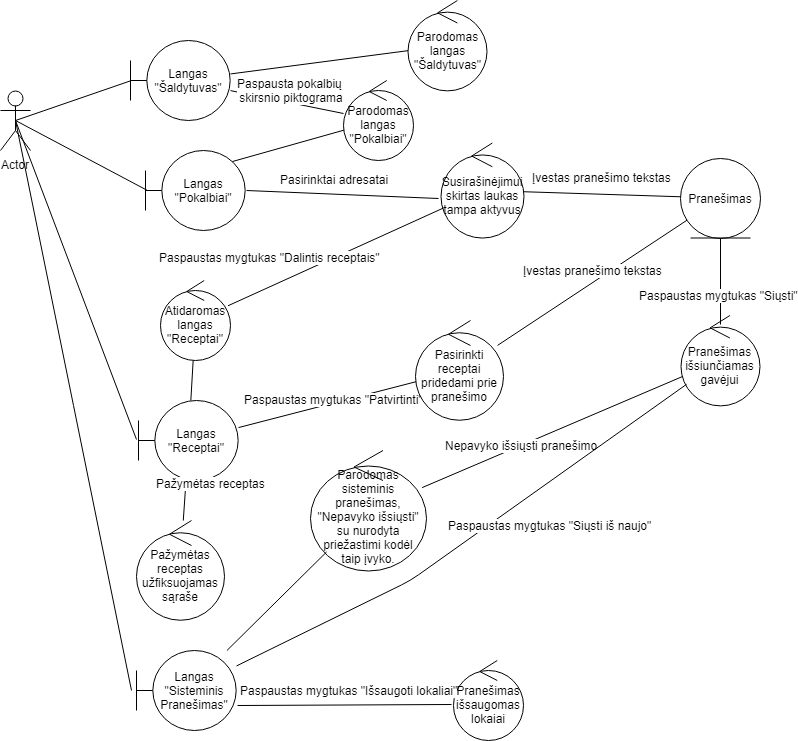
Before: Nuotraukos/RD-bendravimas-pranešimais.png, a diagram exported from draw.io (Tristanas/PSI2-Food-Bee-Inc). Source tidied: cells renumbered, new cells last; positions are measured from the earlier drawing's top-left corner, leaving out a move shared by most shapes.
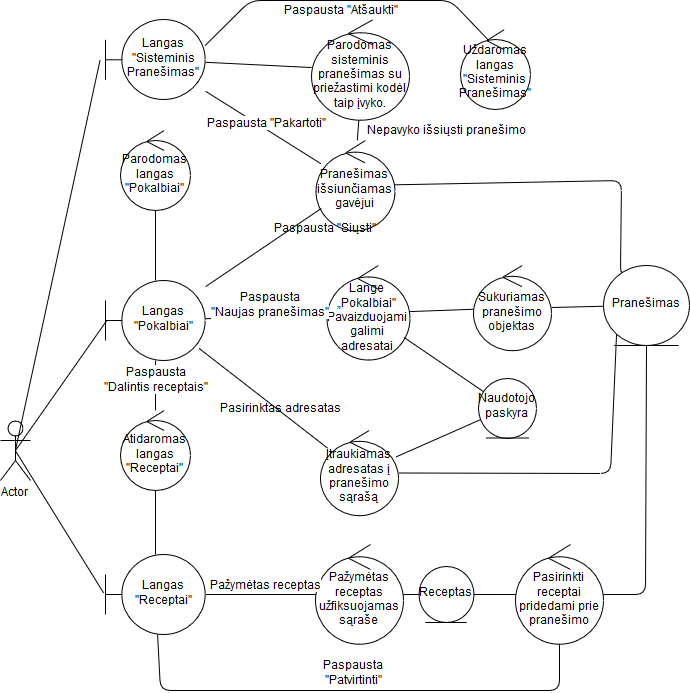
Above is the later version.

The edit, as a diff of the source:
```diff
@@ -3,67 +3,45 @@
     <mxCell id="0" />
     <mxCell id="1" parent="0" />
     <mxCell id="2" value="Actor" style="shape=umlActor;verticalLabelPosition=bottom;labelBackgroundColor=#ffffff;verticalAlign=top;html=1;outlineConnect=0;" parent="1" vertex="1">
-      <mxGeometry y="90" width="30" height="60" as="geometry" />
+      <mxGeometry x="40" y="240" width="30" height="60" as="geometry" />
     </mxCell>
-    <mxCell id="3" value="Langas &quot;Šaldytuvas&quot;" style="shape=umlBoundary;whiteSpace=wrap;html=1;" parent="1" vertex="1">
-      <mxGeometry x="130" y="40" width="100" height="80" as="geometry" />
-    </mxCell>
-    <mxCell id="4" style="endArrow=none;html=1;exitX=0.5;exitY=0.5;exitDx=0;exitDy=0;exitPerimeter=0;entryX=0.012;entryY=0.497;entryDx=0;entryDy=0;entryPerimeter=0;" parent="1" edge="1" source="2" target="3">
-      <mxGeometry relative="1" as="geometry" />
-    </mxCell>
     <mxCell id="5" value="Parodomas langas &quot;Pokalbiai&quot;" style="ellipse;shape=umlControl;whiteSpace=wrap;html=1;" parent="1" vertex="1">
-      <mxGeometry x="342.5" y="80" width="70" height="80" as="geometry" />
+      <mxGeometry x="160" y="-50" width="70" height="80" as="geometry" />
     </mxCell>
-    <mxCell id="6" style="endArrow=none;html=1;" parent="1" edge="1" source="3" target="5">
-      <mxGeometry relative="1" as="geometry" />
-    </mxCell>
-    <mxCell id="7" value="Paspausta pokalbių &lt;br&gt;skirsnio piktograma" style="text;html=1;align=center;verticalAlign=middle;labelBackgroundColor=#ffffff;" parent="6" vertex="1">
-      <mxGeometry x="-0.24" y="-3" relative="1" as="geometry">
-        <mxPoint x="17.5" y="-12" as="offset" />
-      </mxGeometry>
-    </mxCell>
     <mxCell id="8" value="Langas &quot;Pokalbiai&quot;" style="shape=umlBoundary;whiteSpace=wrap;html=1;" parent="1" vertex="1">
-      <mxGeometry x="145" y="150" width="100" height="80" as="geometry" />
+      <mxGeometry x="145" y="100" width="100" height="80" as="geometry" />
     </mxCell>
-    <mxCell id="9" style="endArrow=none;html=1;exitX=0.87;exitY=0.138;exitDx=0;exitDy=0;exitPerimeter=0;" parent="1" edge="1" source="8" target="5">
+    <mxCell id="9" style="endArrow=none;html=1;" parent="1" edge="1" source="8" target="5">
       <mxGeometry relative="1" as="geometry" />
     </mxCell>
     <mxCell id="10" style="endArrow=none;html=1;entryX=0.02;entryY=0.5;entryDx=0;entryDy=0;entryPerimeter=0;exitX=0.5;exitY=0.5;exitDx=0;exitDy=0;exitPerimeter=0;" parent="1" edge="1" source="2" target="8">
       <mxGeometry relative="1" as="geometry" />
     </mxCell>
-    <mxCell id="11" style="endArrow=none;html=1;exitX=1.01;exitY=0.5;exitDx=0;exitDy=0;exitPerimeter=0;entryX=-0.024;entryY=0.584;entryDx=0;entryDy=0;entryPerimeter=0;" parent="1" edge="1" source="8" target="13">
+    <mxCell id="11" style="endArrow=none;html=1;" parent="1" edge="1" source="47" target="13">
       <mxGeometry relative="1" as="geometry" />
     </mxCell>
-    <mxCell id="12" value="Pasirinktai adresatai" style="text;html=1;align=left;verticalAlign=top;spacingTop=-4;" parent="1" vertex="1">
-      <mxGeometry x="277.5" y="170" width="120" height="20" as="geometry" />
+    <mxCell id="12" value="Pasirinktas adresatas" style="text;html=1;align=left;verticalAlign=top;spacingTop=-4;" parent="1" vertex="1">
+      <mxGeometry x="258" y="220" width="140" height="20" as="geometry" />
     </mxCell>
-    <mxCell id="13" value="Susirašinėjimui skirtas laukas tampa aktyvus" style="ellipse;shape=umlControl;whiteSpace=wrap;html=1;" parent="1" vertex="1">
-      <mxGeometry x="440" y="142.5" width="83" height="95" as="geometry" />
+    <mxCell id="13" value="Sukuriamas pranešimo objektas" style="ellipse;shape=umlControl;whiteSpace=wrap;html=1;" parent="1" vertex="1">
+      <mxGeometry x="513" y="85" width="78" height="85" as="geometry" />
     </mxCell>
     <mxCell id="14" value="Pranešimas" style="ellipse;shape=umlEntity;whiteSpace=wrap;html=1;" parent="1" vertex="1">
-      <mxGeometry x="680" y="157.5" width="80" height="80" as="geometry" />
+      <mxGeometry x="643" y="85" width="86" height="80" as="geometry" />
     </mxCell>
-    <mxCell id="15" style="endArrow=none;html=1;" parent="1" edge="1" source="14" target="13">
-      <mxGeometry relative="1" as="geometry" />
-    </mxCell>
-    <mxCell id="16" value="Įvestas pranešimo tekstas" style="text;html=1;align=center;verticalAlign=middle;labelBackgroundColor=#ffffff;" parent="15" vertex="1">
-      <mxGeometry x="-0.45" y="4" relative="1" as="geometry">
-        <mxPoint x="-35.5" y="-22" as="offset" />
-      </mxGeometry>
-    </mxCell>
-    <mxCell id="17" style="endArrow=none;html=1;" parent="1" edge="1" source="19" target="13">
+    <mxCell id="17" style="endArrow=none;html=1;" parent="1" edge="1" source="19" target="8">
       <mxGeometry relative="1" as="geometry" />
     </mxCell>
-    <mxCell id="18" value="&lt;span&gt;Paspaustas mygtukas &quot;Dalintis receptais&quot;&lt;/span&gt;" style="text;html=1;align=center;verticalAlign=middle;labelBackgroundColor=#ffffff;" parent="17" vertex="1">
+    <mxCell id="18" value="&lt;div&gt;&lt;span&gt;Paspausta &lt;br&gt;&lt;/span&gt;&lt;/div&gt;&lt;div&gt;&lt;span&gt; &quot;Dalintis receptais&quot;&lt;/span&gt;&lt;/div&gt;" style="text;html=1;align=center;verticalAlign=middle;labelBackgroundColor=#ffffff;" parent="17" vertex="1">
       <mxGeometry x="-0.68" relative="1" as="geometry">
-        <mxPoint x="6.5" y="-33" as="offset" />
+        <mxPoint y="-22" as="offset" />
       </mxGeometry>
     </mxCell>
     <mxCell id="19" value="Atidaromas langas &quot;Receptai&quot;" style="ellipse;shape=umlControl;whiteSpace=wrap;html=1;" parent="1" vertex="1">
-      <mxGeometry x="160" y="280" width="70" height="80" as="geometry" />
+      <mxGeometry x="160" y="230" width="70" height="80" as="geometry" />
     </mxCell>
     <mxCell id="20" value="Langas &quot;Receptai&quot;" style="shape=umlBoundary;whiteSpace=wrap;html=1;" parent="1" vertex="1">
-      <mxGeometry x="138" y="400" width="100" height="80" as="geometry" />
+      <mxGeometry x="145" y="374" width="100" height="80" as="geometry" />
     </mxCell>
     <mxCell id="21" style="endArrow=none;html=1;" parent="1" edge="1" source="20" target="19">
       <mxGeometry relative="1" as="geometry" />
@@ -72,7 +50,7 @@
       <mxGeometry relative="1" as="geometry" />
     </mxCell>
     <mxCell id="23" value="Pažymėtas receptas užfiksuojamas sąraše" style="ellipse;shape=umlControl;whiteSpace=wrap;html=1;" parent="1" vertex="1">
-      <mxGeometry x="136" y="520" width="88" height="100" as="geometry" />
+      <mxGeometry x="355" y="364" width="88" height="100" as="geometry" />
     </mxCell>
     <mxCell id="24" style="endArrow=none;html=1;" parent="1" edge="1" source="23" target="20">
       <mxGeometry relative="1" as="geometry" />
@@ -83,79 +61,134 @@
       </mxGeometry>
     </mxCell>
     <mxCell id="26" style="endArrow=none;html=1;" parent="1" edge="1" source="28" target="20">
-      <mxGeometry relative="1" as="geometry" />
+      <mxGeometry relative="1" as="geometry">
+        <Array as="points">
+          <mxPoint x="599" y="510" />
+          <mxPoint x="200" y="510" />
+        </Array>
+      </mxGeometry>
     </mxCell>
-    <mxCell id="27" value="Paspaustas mygtukas &quot;Patvirtinti&quot;" style="text;html=1;align=center;verticalAlign=middle;labelBackgroundColor=#ffffff;" parent="26" vertex="1">
+    <mxCell id="27" value="&lt;div&gt;Paspausta&lt;/div&gt;&lt;div&gt; &quot;Patvirtinti&quot;&lt;/div&gt;" style="text;html=1;align=center;verticalAlign=middle;labelBackgroundColor=#ffffff;" parent="26" vertex="1">
       <mxGeometry x="0.38" y="1" relative="1" as="geometry">
-        <mxPoint x="39" y="-15.5" as="offset" />
+        <mxPoint x="92" y="-18" as="offset" />
       </mxGeometry>
     </mxCell>
     <mxCell id="28" value="Pasirinkti receptai pridedami prie pranešimo" style="ellipse;shape=umlControl;whiteSpace=wrap;html=1;" parent="1" vertex="1">
-      <mxGeometry x="415" y="320" width="88" height="100" as="geometry" />
+      <mxGeometry x="555" y="364" width="88" height="100" as="geometry" />
     </mxCell>
-    <mxCell id="29" style="endArrow=none;html=1;" parent="1" edge="1" source="14" target="28">
-      <mxGeometry relative="1" as="geometry" />
-    </mxCell>
-    <mxCell id="30" value="Įvestas pranešimo tekstas" style="text;html=1;align=center;verticalAlign=middle;labelBackgroundColor=#ffffff;" parent="29" vertex="1">
-      <mxGeometry x="-0.45" y="4" relative="1" as="geometry">
-        <mxPoint x="-44.5" y="11.5" as="offset" />
-      </mxGeometry>
-    </mxCell>
     <mxCell id="31" value="Pranešimas išsiunčiamas gavėjui" style="ellipse;shape=umlControl;whiteSpace=wrap;html=1;" parent="1" vertex="1">
-      <mxGeometry x="680" y="315" width="79" height="90" as="geometry" />
+      <mxGeometry x="355.5" y="-40" width="79" height="90" as="geometry" />
     </mxCell>
-    <mxCell id="32" style="endArrow=none;html=1;entryX=0.5;entryY=1;entryDx=0;entryDy=0;exitX=0.506;exitY=0.1;exitDx=0;exitDy=0;exitPerimeter=0;" parent="1" edge="1" source="31" target="14">
-      <mxGeometry relative="1" as="geometry" />
-    </mxCell>
-    <mxCell id="33" value="Paspaustas mygtukas &quot;Siųsti&quot;" style="text;html=1;align=center;verticalAlign=middle;labelBackgroundColor=#ffffff;" parent="32" vertex="1">
-      <mxGeometry x="-0.31" y="3" relative="1" as="geometry" />
-    </mxCell>
     <mxCell id="34" style="endArrow=none;html=1;" parent="1" edge="1" source="36" target="31">
       <mxGeometry relative="1" as="geometry" />
     </mxCell>
     <mxCell id="35" value="&lt;span&gt;Nepavyko išsiųsti pranešimo&lt;/span&gt;" style="text;html=1;align=center;verticalAlign=middle;labelBackgroundColor=#ffffff;" parent="34" vertex="1">
-      <mxGeometry x="-0.24" relative="1" as="geometry" />
+      <mxGeometry x="-0.24" relative="1" as="geometry">
+        <mxPoint x="88" y="2.5" as="offset" />
+      </mxGeometry>
     </mxCell>
-    <mxCell id="36" value="Parodomas sisteminis pranešimas, &quot;Nepavyko išsiųsti&quot; su nurodyta priežastimi kodėl taip įvyko." style="ellipse;shape=umlControl;whiteSpace=wrap;html=1;" parent="1" vertex="1">
-      <mxGeometry x="310" y="450" width="116" height="120" as="geometry" />
+    <mxCell id="36" value="Parodomas sisteminis pranešimas su priežastimi kodėl taip įvyko." style="ellipse;shape=umlControl;whiteSpace=wrap;html=1;" parent="1" vertex="1">
+      <mxGeometry x="351" y="-160.7" width="98" height="100" as="geometry" />
     </mxCell>
     <mxCell id="37" value="Langas &quot;Sisteminis Pranešimas&quot;" style="shape=umlBoundary;whiteSpace=wrap;html=1;" parent="1" vertex="1">
-      <mxGeometry x="136" y="650" width="100" height="80" as="geometry" />
+      <mxGeometry x="145" y="-160.7" width="100" height="80" as="geometry" />
     </mxCell>
     <mxCell id="38" style="endArrow=none;html=1;" parent="1" edge="1" source="37" target="36">
       <mxGeometry relative="1" as="geometry" />
     </mxCell>
     <mxCell id="39" style="endArrow=none;html=1;" parent="1" edge="1" source="31" target="37">
-      <mxGeometry relative="1" as="geometry">
-        <Array as="points">
-          <mxPoint x="410" y="580" />
-        </Array>
-      </mxGeometry>
+      <mxGeometry relative="1" as="geometry" />
     </mxCell>
-    <mxCell id="40" value="Paspaustas mygtukas &quot;Siųsti iš naujo&quot;" style="text;html=1;align=center;verticalAlign=middle;labelBackgroundColor=#ffffff;" parent="39" vertex="1">
+    <mxCell id="40" value="&lt;div&gt;Paspausta &quot;Pakartoti&quot;&lt;/div&gt;" style="text;html=1;align=center;verticalAlign=middle;labelBackgroundColor=#ffffff;" parent="39" vertex="1">
       <mxGeometry x="0.31" y="4" relative="1" as="geometry">
-        <mxPoint x="146.5" y="-63.5" as="offset" />
+        <mxPoint x="23.5" y="4.5" as="offset" />
       </mxGeometry>
     </mxCell>
-    <mxCell id="41" value="Pranešimas išsaugomas lokaiai" style="ellipse;shape=umlControl;whiteSpace=wrap;html=1;" parent="1" vertex="1">
-      <mxGeometry x="453" y="660" width="70" height="80" as="geometry" />
+    <mxCell id="41" value="Uždaromas langas &quot;Sisteminis Pranešimas&quot;" style="ellipse;shape=umlControl;whiteSpace=wrap;html=1;" parent="1" vertex="1">
+      <mxGeometry x="500" y="-150.9" width="70" height="80" as="geometry" />
     </mxCell>
     <mxCell id="42" style="endArrow=none;html=1;entryX=-0.05;entryY=0.5;entryDx=0;entryDy=0;entryPerimeter=0;exitX=0.5;exitY=0.5;exitDx=0;exitDy=0;exitPerimeter=0;" parent="1" edge="1" source="2" target="37">
       <mxGeometry relative="1" as="geometry" />
     </mxCell>
-    <mxCell id="43" style="endArrow=none;html=1;entryX=1.01;entryY=0.688;entryDx=0;entryDy=0;entryPerimeter=0;exitX=-0.029;exitY=0.55;exitDx=0;exitDy=0;exitPerimeter=0;" parent="1" edge="1" source="41" target="37">
-      <mxGeometry relative="1" as="geometry" />
+    <mxCell id="43" style="endArrow=none;html=1;entryX=0.993;entryY=0.326;entryDx=0;entryDy=0;entryPerimeter=0;exitX=0.397;exitY=0.13;exitDx=0;exitDy=0;exitPerimeter=0;" parent="1" edge="1" source="41" target="37">
+      <mxGeometry relative="1" as="geometry">
+        <Array as="points">
+          <mxPoint x="490" y="-180" />
+          <mxPoint x="400" y="-180" />
+          <mxPoint x="290" y="-180" />
+        </Array>
+      </mxGeometry>
     </mxCell>
-    <mxCell id="44" value="Paspaustas mygtukas &quot;Išsaugoti lokaliai&quot;" style="text;html=1;align=center;verticalAlign=middle;labelBackgroundColor=#ffffff;" parent="43" vertex="1">
+    <mxCell id="44" value="&lt;div&gt;Paspausta &quot;Atšaukti&quot;&lt;/div&gt;" style="text;html=1;align=center;verticalAlign=middle;labelBackgroundColor=#ffffff;" parent="43" vertex="1">
       <mxGeometry x="-0.24" y="-1" relative="1" as="geometry">
-        <mxPoint x="-20.5" y="-13.5" as="offset" />
+        <mxPoint x="-42" y="11" as="offset" />
       </mxGeometry>
     </mxCell>
-    <mxCell id="45" value="Parodomas langas &quot;Šaldytuvas&quot;" style="ellipse;shape=umlControl;whiteSpace=wrap;html=1;" parent="1" vertex="1">
-      <mxGeometry x="407.5" width="79" height="90" as="geometry" />
-    </mxCell>
-    <mxCell id="46" style="endArrow=none;html=1;" parent="1" edge="1" source="3" target="45">
-      <mxGeometry relative="1" as="geometry" />
-    </mxCell>
+    <mxCell id="47" value="Lange „Pokalbiai&quot;&lt;br&gt;Pavaizduojami galimi adresatai" style="ellipse;shape=umlControl;whiteSpace=wrap;html=1;" parent="1" vertex="1">
+      <mxGeometry x="366" y="85" width="83" height="95" as="geometry" />
+    </mxCell>
+    <mxCell id="48" style="endArrow=none;html=1;" parent="1" edge="1" source="47" target="8">
+      <mxGeometry relative="1" as="geometry" />
+    </mxCell>
+    <mxCell id="49" value="&lt;div&gt;Paspausta&lt;/div&gt;&lt;div&gt;&quot;Naujas pranešimas&quot;&lt;/div&gt;" style="text;html=1;align=center;verticalAlign=middle;labelBackgroundColor=#ffffff;" parent="48" vertex="1">
+      <mxGeometry x="0.16" y="-3" relative="1" as="geometry">
+        <mxPoint x="14.5" y="-8.5" as="offset" />
+      </mxGeometry>
+    </mxCell>
+    <mxCell id="50" style="endArrow=none;html=1;" parent="1" edge="1" source="13" target="14">
+      <mxGeometry relative="1" as="geometry" />
+    </mxCell>
+    <mxCell id="32" style="endArrow=none;html=1;" parent="1" edge="1" source="31" target="14">
+      <mxGeometry relative="1" as="geometry">
+        <Array as="points">
+          <mxPoint x="661" />
+          <mxPoint x="660" y="90" />
+        </Array>
+      </mxGeometry>
+    </mxCell>
+    <mxCell id="51" value="Receptas" style="ellipse;shape=umlEntity;whiteSpace=wrap;html=1;" parent="1" vertex="1">
+      <mxGeometry x="458" y="386" width="55" height="56" as="geometry" />
+    </mxCell>
+    <mxCell id="52" style="endArrow=none;html=1;" parent="1" edge="1" source="23" target="51">
+      <mxGeometry relative="1" as="geometry" />
+    </mxCell>
+    <mxCell id="53" style="endArrow=none;html=1;" parent="1" edge="1" source="28" target="51">
+      <mxGeometry relative="1" as="geometry" />
+    </mxCell>
+    <mxCell id="29" style="endArrow=none;html=1;" parent="1" edge="1" source="14" target="28">
+      <mxGeometry relative="1" as="geometry">
+        <Array as="points">
+          <mxPoint x="685" y="414" />
+        </Array>
+      </mxGeometry>
+    </mxCell>
+    <mxCell id="54" style="endArrow=none;html=1;" parent="1" edge="1" source="8" target="31">
+      <mxGeometry relative="1" as="geometry" />
+    </mxCell>
+    <mxCell id="55" value="&lt;div&gt;Naudotojo&lt;br&gt;&lt;/div&gt;&lt;div&gt;paskyra&lt;/div&gt;" style="ellipse;shape=umlEntity;whiteSpace=wrap;html=1;" parent="1" vertex="1">
+      <mxGeometry x="518" y="197.5" width="58" height="60" as="geometry" />
+    </mxCell>
+    <mxCell id="56" value="&lt;div&gt;Įtraukiamas adresatas į pranešimo sąrašą&lt;/div&gt;" style="ellipse;shape=umlControl;whiteSpace=wrap;html=1;" parent="1" vertex="1">
+      <mxGeometry x="360" y="250" width="78" height="85" as="geometry" />
+    </mxCell>
+    <mxCell id="57" style="endArrow=none;html=1;exitX=0.934;exitY=0.847;exitDx=0;exitDy=0;exitPerimeter=0;" parent="1" edge="1" source="8" target="56">
+      <mxGeometry relative="1" as="geometry" />
+    </mxCell>
+    <mxCell id="58" style="endArrow=none;html=1;exitX=0;exitY=1;exitDx=0;exitDy=0;" parent="1" edge="1" source="14" target="56">
+      <mxGeometry relative="1" as="geometry">
+        <Array as="points">
+          <mxPoint x="650" y="293" />
+        </Array>
+      </mxGeometry>
+    </mxCell>
+    <mxCell id="59" style="endArrow=none;html=1;" parent="1" edge="1" source="55" target="47">
+      <mxGeometry relative="1" as="geometry" />
+    </mxCell>
+    <mxCell id="60" style="endArrow=none;html=1;" parent="1" edge="1" source="55" target="56">
+      <mxGeometry relative="1" as="geometry" />
+    </mxCell>
+    <mxCell id="61" value="&lt;div&gt;Paspausta &quot;Siųsti&quot;&lt;/div&gt;" style="text;html=1;align=left;verticalAlign=top;spacingTop=-4;" parent="1" vertex="1">
+      <mxGeometry x="312" y="40" width="120" height="20" as="geometry" />
+    </mxCell>
   </root>
 </mxGraphModel>
```
